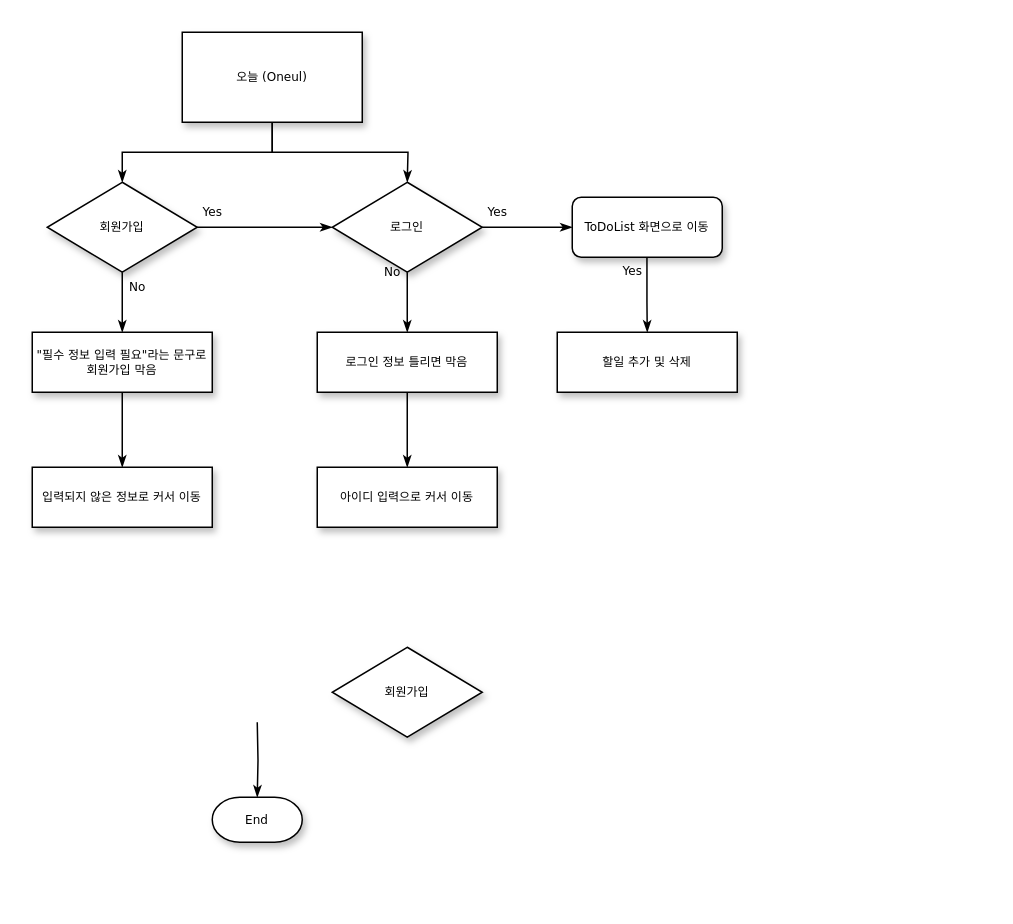
The draw.io diagram 제목 없는 다이어그램.drawio in wony0321/ToDoList, before the edit. Source tidied: cells renumbered, new cells numbered last; positions are measured from the earlier drawing's top-left corner, leaving out a move shared by most shapes. Both pictures are drawn from the tidied source at 150%, with x=0, y=0 at pixel (32, 32).
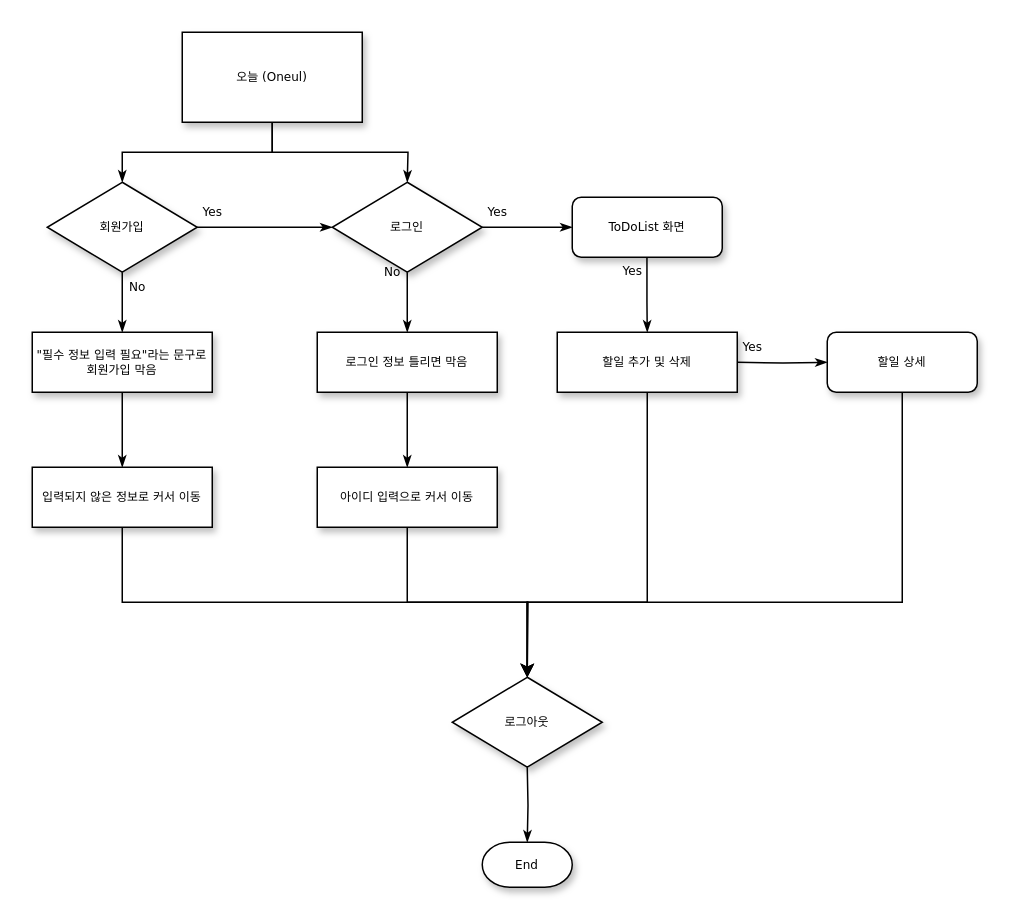
After the change.

Commit message:
제목 없는 다이어그램.drawio 업데이트

The change refers to these unchanged cells:
```xml
<mxCell id="15" value="입력되지 않은 정보로 커서 이동" style="whiteSpace=wrap;html=1;rounded=0;shadow=1;labelBackgroundColor=none;strokeWidth=1;fontFamily=Verdana;fontSize=8;align=center;spacing=6;" parent="1" vertex="1">
  <mxGeometry y="290" width="120" height="40" as="geometry" />
</mxCell>
<mxCell id="16" value="아이디 입력으로 커서 이동" style="whiteSpace=wrap;html=1;rounded=0;shadow=1;labelBackgroundColor=none;strokeWidth=1;fontFamily=Verdana;fontSize=8;align=center;spacing=6;" parent="1" vertex="1">
  <mxGeometry x="190" y="290" width="120" height="40" as="geometry" />
</mxCell>
<mxCell id="17" value="할일 추가 및 삭제" style="whiteSpace=wrap;html=1;rounded=0;shadow=1;labelBackgroundColor=none;strokeWidth=1;fontFamily=Verdana;fontSize=8;align=center;" parent="1" vertex="1">
  <mxGeometry x="350" y="200" width="120" height="40" as="geometry" />
</mxCell>
```

Diff of the diagram source:
```diff
@@
-    <mxCell id="10" value="ToDoList 화면으로 이동" style="rounded=1;whiteSpace=wrap;html=1;shadow=1;labelBackgroundColor=none;strokeWidth=1;fontFamily=Verdana;fontSize=8;align=center;" parent="1" vertex="1">
+    <mxCell id="10" value="ToDoList 화면" style="rounded=1;whiteSpace=wrap;html=1;shadow=1;labelBackgroundColor=none;strokeWidth=1;fontFamily=Verdana;fontSize=8;align=center;" parent="1" vertex="1">
       <mxGeometry x="360" y="110" width="100" height="40" as="geometry" />
     </mxCell>
@@
+    <mxCell id="23" style="edgeStyle=orthogonalEdgeStyle;rounded=0;jettySize=auto;html=1;" parent="1" edge="1" source="15" target="22">
+      <mxGeometry relative="1" as="geometry">
+        <Array as="points">
+          <mxPoint x="60" y="380" />
+          <mxPoint x="330" y="380" />
+        </Array>
+      </mxGeometry>
+    </mxCell>
@@
+    <mxCell id="24" style="edgeStyle=orthogonalEdgeStyle;rounded=0;jettySize=auto;html=1;exitX=0.5;exitY=1;exitDx=0;exitDy=0;" parent="1" edge="1" source="16">
+      <mxGeometry relative="1" as="geometry">
+        <mxPoint x="330" y="430" as="targetPoint" />
+      </mxGeometry>
+    </mxCell>
@@
+    <mxCell id="25" style="edgeStyle=orthogonalEdgeStyle;rounded=0;jettySize=auto;html=1;entryX=0.5;entryY=0;entryDx=0;entryDy=0;" parent="1" edge="1" source="17" target="22">
+      <mxGeometry relative="1" as="geometry">
+        <Array as="points">
+          <mxPoint x="410" y="380" />
+          <mxPoint x="330" y="380" />
+        </Array>
+      </mxGeometry>
+    </mxCell>
@@
     <mxCell id="18" style="edgeStyle=orthogonalEdgeStyle;rounded=0;html=1;labelBackgroundColor=none;startSize=5;endArrow=classicThin;endFill=1;endSize=5;jettySize=auto;strokeWidth=1;fontFamily=Verdana;fontSize=8;" parent="1" edge="1" target="19">
       <mxGeometry relative="1" as="geometry">
-        <mxPoint x="150" y="460" as="sourcePoint" />
+        <mxPoint x="330" y="490" as="sourcePoint" />
       </mxGeometry>
     </mxCell>
     <mxCell id="19" value="End" style="strokeWidth=1;html=1;shape=mxgraph.flowchart.terminator;whiteSpace=wrap;rounded=0;shadow=1;labelBackgroundColor=none;fontFamily=Verdana;fontSize=8;align=center;" parent="1" vertex="1">
-      <mxGeometry x="120" y="510" width="60" height="30" as="geometry" />
+      <mxGeometry x="300" y="540" width="60" height="30" as="geometry" />
     </mxCell>
@@
-    <mxCell id="22" value="회원가입" style="rhombus;whiteSpace=wrap;html=1;rounded=0;shadow=1;labelBackgroundColor=none;strokeWidth=1;fontFamily=Verdana;fontSize=8;align=center;" parent="1" vertex="1">
-      <mxGeometry x="200" y="410" width="100" height="60" as="geometry" />
+    <mxCell id="22" value="로그아웃" style="rhombus;whiteSpace=wrap;html=1;rounded=0;shadow=1;labelBackgroundColor=none;strokeWidth=1;fontFamily=Verdana;fontSize=8;align=center;" parent="1" vertex="1">
+      <mxGeometry x="280" y="430" width="100" height="60" as="geometry" />
     </mxCell>
+    <mxCell id="26" value="Yes" style="edgeStyle=orthogonalEdgeStyle;rounded=0;html=1;labelBackgroundColor=none;startSize=5;endArrow=classicThin;endFill=1;endSize=5;jettySize=auto;strokeWidth=1;fontFamily=Verdana;fontSize=8;" parent="1" edge="1" target="28">
+      <mxGeometry x="-0.67" y="10" relative="1" as="geometry">
+        <mxPoint x="470" y="220" as="sourcePoint" />
+      </mxGeometry>
+    </mxCell>
+    <mxCell id="27" style="edgeStyle=orthogonalEdgeStyle;rounded=0;jettySize=auto;html=1;exitX=0.5;exitY=1;exitDx=0;exitDy=0;" parent="1" edge="1" source="28">
+      <mxGeometry relative="1" as="geometry">
+        <mxPoint x="330" y="430" as="targetPoint" />
+        <Array as="points">
+          <mxPoint x="580" y="380" />
+          <mxPoint x="330" y="380" />
+        </Array>
+      </mxGeometry>
+    </mxCell>
+    <mxCell id="28" value="할일 상세" style="rounded=1;whiteSpace=wrap;html=1;shadow=1;labelBackgroundColor=none;strokeWidth=1;fontFamily=Verdana;fontSize=8;align=center;" parent="1" vertex="1">
+      <mxGeometry x="530" y="200" width="100" height="40" as="geometry" />
+    </mxCell>
```
